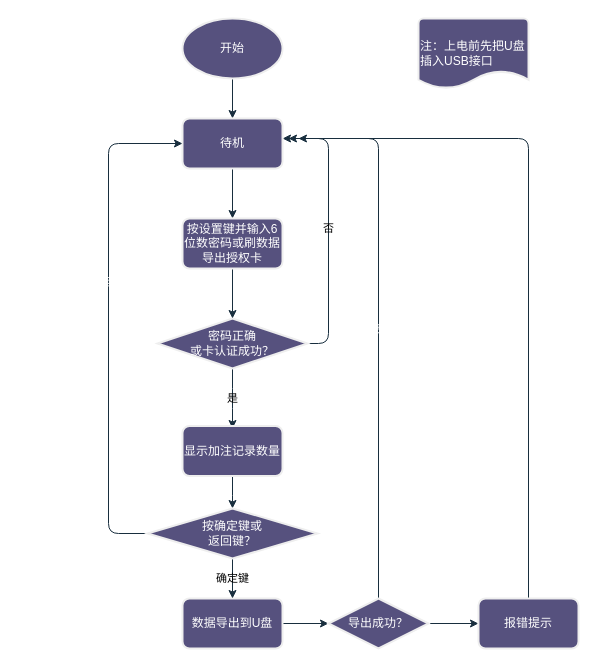
Earlier version of the draw.io diagram page "导出数据" (3 of 3) of electroic_meter.drawio (kupier/12306-electron). Source tidied: cells renumbered, new cells numbered last; positions are measured from the earlier drawing's top-left corner, leaving out a move shared by most shapes. Both pictures are drawn from the tidied source at 100%, with x=0, y=0 at pixel (108, 18).
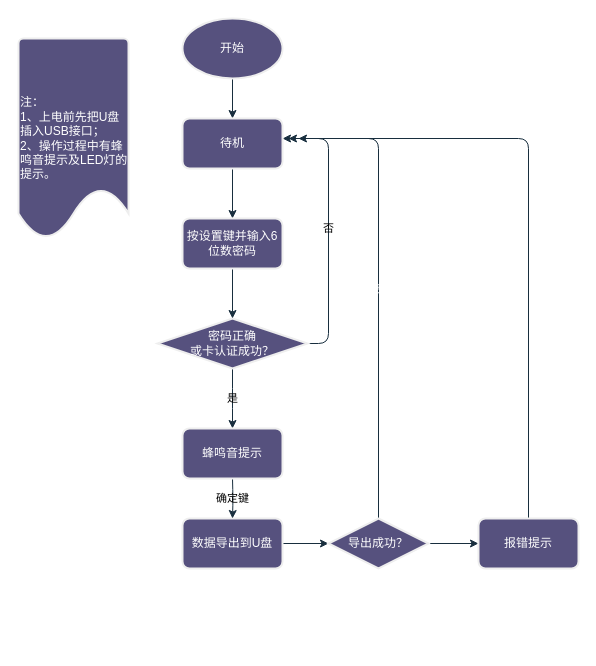
The same diagram, later.

The change refers to these unchanged cells:
```xml
<mxCell id="13" value="待机" style="rounded=1;whiteSpace=wrap;html=1;absoluteArcSize=1;arcSize=14;strokeWidth=2;labelBackgroundColor=none;fillColor=#56517E;strokeColor=#EEEEEE;fontColor=#FFFFFF;" parent="1" vertex="1">
  <mxGeometry x="74" y="100" width="100" height="50" as="geometry" />
</mxCell>
```

Change to the diagram source:
```diff
@@
-    <mxCell id="9" value="按设置键并输入6位数密码或刷数据导出授权卡" style="rounded=1;whiteSpace=wrap;html=1;absoluteArcSize=1;arcSize=14;strokeWidth=2;labelBackgroundColor=none;fillColor=#56517E;strokeColor=#EEEEEE;fontColor=#FFFFFF;" parent="1" vertex="1">
+    <mxCell id="9" value="按设置键并输入6位数密码" style="rounded=1;whiteSpace=wrap;html=1;absoluteArcSize=1;arcSize=14;strokeWidth=2;labelBackgroundColor=none;fillColor=#56517E;strokeColor=#EEEEEE;fontColor=#FFFFFF;" parent="1" vertex="1">
       <mxGeometry x="74" y="200" width="100" height="50" as="geometry" />
     </mxCell>
@@
     <mxCell id="11" value="数据导出到U盘" style="rounded=1;whiteSpace=wrap;html=1;absoluteArcSize=1;arcSize=14;strokeWidth=2;labelBackgroundColor=none;fillColor=#56517E;strokeColor=#EEEEEE;fontColor=#FFFFFF;" parent="1" vertex="1">
-      <mxGeometry x="74" y="580" width="100" height="50" as="geometry" />
+      <mxGeometry x="74" y="500" width="100" height="50" as="geometry" />
     </mxCell>
-    <mxCell id="12" value="注：上电前先把U盘插入USB接口" style="strokeWidth=2;html=1;shape=mxgraph.flowchart.document2;whiteSpace=wrap;size=0.25;align=left;rounded=1;labelBackgroundColor=none;fillColor=#56517E;strokeColor=#EEEEEE;fontColor=#FFFFFF;" parent="1" vertex="1">
-      <mxGeometry x="310" width="110" height="70" as="geometry" />
+    <mxCell id="12" value="注：&lt;br&gt;1、上电前先把U盘插入USB接口；&lt;br&gt;2、操作过程中有蜂鸣音提示及LED灯的提示。" style="strokeWidth=2;html=1;shape=mxgraph.flowchart.document2;whiteSpace=wrap;size=0.25;align=left;rounded=1;labelBackgroundColor=none;fillColor=#56517E;strokeColor=#EEEEEE;fontColor=#FFFFFF;" parent="1" vertex="1">
+      <mxGeometry x="-90" y="20" width="110" height="200" as="geometry" />
     </mxCell>
@@
-    <mxCell id="14" style="edgeStyle=orthogonalEdgeStyle;rounded=1;jettySize=auto;html=1;entryX=0.5;entryY=0;entryDx=0;entryDy=0;entryPerimeter=0;labelBackgroundColor=none;strokeColor=#182E3E;fontColor=default;" parent="1" edge="1" source="15" target="19">
-      <mxGeometry relative="1" as="geometry" />
-    </mxCell>
-    <mxCell id="15" value="显示加注记录数量" style="rounded=1;whiteSpace=wrap;html=1;absoluteArcSize=1;arcSize=14;strokeWidth=2;labelBackgroundColor=none;fillColor=#56517E;strokeColor=#EEEEEE;fontColor=#FFFFFF;" parent="1" vertex="1">
-      <mxGeometry x="74" y="407.5" width="100" height="50" as="geometry" />
-    </mxCell>
-    <mxCell id="16" style="edgeStyle=orthogonalEdgeStyle;rounded=1;jettySize=auto;html=1;exitX=0;exitY=0.5;exitDx=0;exitDy=0;exitPerimeter=0;entryX=0;entryY=0.5;entryDx=0;entryDy=0;labelBackgroundColor=none;strokeColor=#182E3E;fontColor=default;" parent="1" edge="1" source="19" target="13">
-      <mxGeometry relative="1" as="geometry">
-        <Array as="points">
-          <mxPoint y="515" />
-          <mxPoint y="125" />
-        </Array>
-      </mxGeometry>
-    </mxCell>
-    <mxCell id="17" value="返回键" style="edgeLabel;html=1;align=center;verticalAlign=middle;rounded=1;labelBackgroundColor=none;fontColor=#FFFFFF;" parent="16" vertex="1">
-      <mxGeometry x="-0.57" y="-3" relative="1" as="geometry">
-        <mxPoint x="-3" y="-183" as="offset" />
-      </mxGeometry>
-    </mxCell>
-    <mxCell id="18" value="确定键" style="edgeStyle=orthogonalEdgeStyle;rounded=1;jettySize=auto;html=1;entryX=0.5;entryY=0;entryDx=0;entryDy=0;labelBackgroundColor=none;strokeColor=#182E3E;fontColor=default;" parent="1" edge="1" source="19" target="11">
-      <mxGeometry relative="1" as="geometry" />
+    <mxCell id="18" value="确定键" style="edgeStyle=orthogonalEdgeStyle;rounded=1;jettySize=auto;html=1;entryX=0.5;entryY=0;entryDx=0;entryDy=0;labelBackgroundColor=none;strokeColor=#182E3E;fontColor=default;" parent="1" edge="1" target="11">
+      <mxGeometry relative="1" as="geometry">
+        <mxPoint x="124" y="460" as="sourcePoint" />
+      </mxGeometry>
     </mxCell>
-    <mxCell id="19" value="按确定键或&lt;br&gt;返回键？" style="strokeWidth=2;html=1;shape=mxgraph.flowchart.decision;whiteSpace=wrap;rounded=1;labelBackgroundColor=none;fillColor=#56517E;strokeColor=#EEEEEE;fontColor=#FFFFFF;" parent="1" vertex="1">
-      <mxGeometry x="39" y="490" width="170" height="50" as="geometry" />
-    </mxCell>
@@
     <mxCell id="23" value="导出成功？" style="strokeWidth=2;html=1;shape=mxgraph.flowchart.decision;whiteSpace=wrap;rounded=1;labelBackgroundColor=none;fillColor=#56517E;strokeColor=#EEEEEE;fontColor=#FFFFFF;" parent="1" vertex="1">
-      <mxGeometry x="220" y="580" width="100" height="50" as="geometry" />
+      <mxGeometry x="220" y="500" width="100" height="50" as="geometry" />
     </mxCell>
@@
     <mxCell id="25" value="报错提示" style="rounded=1;whiteSpace=wrap;html=1;absoluteArcSize=1;arcSize=14;strokeWidth=2;labelBackgroundColor=none;fillColor=#56517E;strokeColor=#EEEEEE;fontColor=#FFFFFF;" parent="1" vertex="1">
-      <mxGeometry x="370" y="580" width="100" height="50" as="geometry" />
+      <mxGeometry x="370" y="500" width="100" height="50" as="geometry" />
     </mxCell>
+    <mxCell id="26" value="蜂鸣音提示" style="rounded=1;whiteSpace=wrap;html=1;absoluteArcSize=1;arcSize=14;strokeWidth=2;labelBackgroundColor=none;fillColor=#56517E;strokeColor=#EEEEEE;fontColor=#FFFFFF;" parent="1" vertex="1">
+      <mxGeometry x="74" y="410" width="100" height="50" as="geometry" />
+    </mxCell>
```
